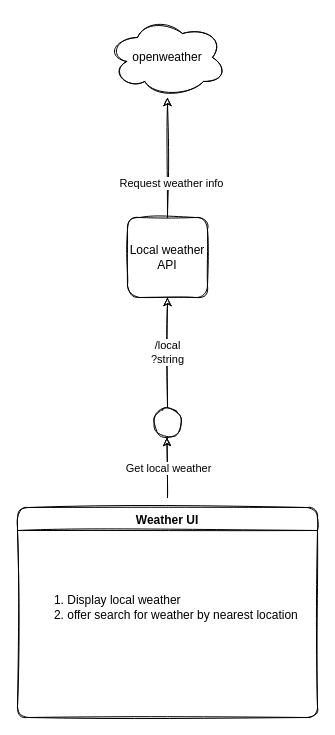
Earlier version of the draw.io diagram page "high level app design" (1 of 2) of projects/weather/weatherapp.drawio (simiyub/java). Source tidied: cells renumbered, new cells numbered last; positions are measured from the earlier drawing's top-left corner, leaving out a move shared by most shapes. Both pictures are drawn from the tidied source at 100%, with x=0, y=0 at pixel (17, 17).
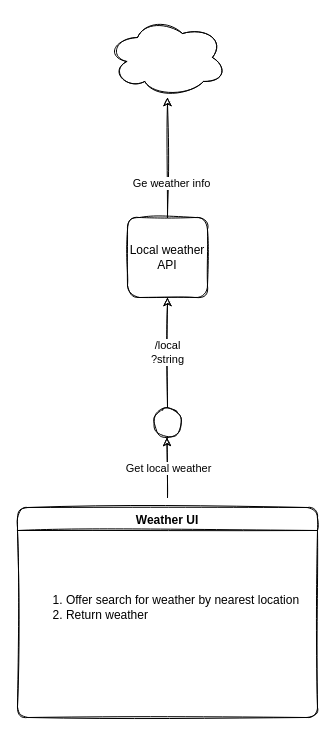
Above is the later version.

Diff of the diagram source:
```diff
@@
 <mxGraphModel>
   <root>
     <mxCell id="0" />
     <mxCell id="1" parent="0" />
     <mxCell id="2" value="Local weather API&lt;br&gt;" style="whiteSpace=wrap;html=1;sketch=1;rounded=1;" parent="1" vertex="1">
       <mxGeometry x="110" y="200" width="80" height="80" as="geometry" />
     </mxCell>
-    <mxCell id="3" value="openweather" style="ellipse;shape=cloud;whiteSpace=wrap;html=1;sketch=1;rounded=1;" parent="1" vertex="1">
+    <mxCell id="3" style="ellipse;shape=cloud;whiteSpace=wrap;html=1;sketch=1;rounded=1;" parent="1" vertex="1">
       <mxGeometry x="90" width="120" height="80" as="geometry" />
     </mxCell>
     <mxCell id="4" style="endArrow=classic;html=1;rounded=1;exitX=0.5;exitY=0;exitDx=0;exitDy=0;sketch=1;" parent="1" edge="1" source="2" target="3">
       <mxGeometry relative="1" as="geometry" />
     </mxCell>
-    <mxCell id="5" value="Request weather info" style="edgeLabel;html=1;align=center;verticalAlign=middle;sketch=1;rounded=1;" parent="4" vertex="1">
+    <mxCell id="5" value="Ge weather info" style="edgeLabel;html=1;align=center;verticalAlign=middle;sketch=1;rounded=1;" parent="4" vertex="1">
       <mxGeometry x="-0.41" y="-3" relative="1" as="geometry" />
     </mxCell>
     <mxCell id="6" style="ellipse;whiteSpace=wrap;html=1;sketch=1;rounded=1;" parent="1" vertex="1">
       <mxGeometry x="135" y="390" width="30" height="30" as="geometry" />
     </mxCell>
     <mxCell id="7" value="/local&lt;br&gt;?string" style="endArrow=classic;html=1;rounded=1;exitX=0.5;exitY=0;exitDx=0;exitDy=0;sketch=1;" parent="1" edge="1" source="6">
       <mxGeometry relative="1" as="geometry">
         <mxPoint x="150" y="280" as="targetPoint" />
       </mxGeometry>
     </mxCell>
     <mxCell id="8" style="group;sketch=1;rounded=1;" parent="1" vertex="1">
       <mxGeometry x="5" y="500" width="290" height="190" as="geometry" />
     </mxCell>
     <mxCell id="9" value="Weather UI" style="swimlane;sketch=1;rounded=1;" parent="8" vertex="1">
       <mxGeometry x="-5" y="-10" width="300" height="210" as="geometry" />
     </mxCell>
-    <mxCell id="10" value="&lt;ol style=&quot;text-align: left&quot;&gt;&lt;li&gt;Display local weather&lt;br&gt;&lt;/li&gt;&lt;li&gt;offer search for weather by nearest location&lt;/li&gt;&lt;/ol&gt;" style="text;html=1;align=center;verticalAlign=middle;strokeColor=none;fillColor=none;sketch=1;rounded=1;" parent="9" vertex="1">
+    <mxCell id="10" value="&lt;ol style=&quot;text-align: left&quot;&gt;&lt;li&gt;&lt;span&gt;Offer search for weather by nearest location&lt;/span&gt;&lt;br&gt;&lt;/li&gt;&lt;li&gt;Return weather&lt;/li&gt;&lt;/ol&gt;" style="text;html=1;align=center;verticalAlign=middle;strokeColor=none;fillColor=none;sketch=1;rounded=1;" parent="9" vertex="1">
       <mxGeometry y="70" width="290" height="60" as="geometry" />
     </mxCell>
     <mxCell id="11" style="endArrow=classic;html=1;rounded=1;sketch=1;" parent="1" edge="1">
       <mxGeometry relative="1" as="geometry">
         <mxPoint x="150" y="480" as="sourcePoint" />
         <mxPoint x="149.5" y="420" as="targetPoint" />
       </mxGeometry>
     </mxCell>
     <mxCell id="12" value="Get local weather" style="edgeLabel;html=1;align=center;verticalAlign=middle;sketch=1;rounded=1;" parent="11" vertex="1">
       <mxGeometry x="0.1" y="2" relative="1" as="geometry">
         <mxPoint x="3" y="3" as="offset" />
       </mxGeometry>
     </mxCell>
   </root>
 </mxGraphModel>
```
